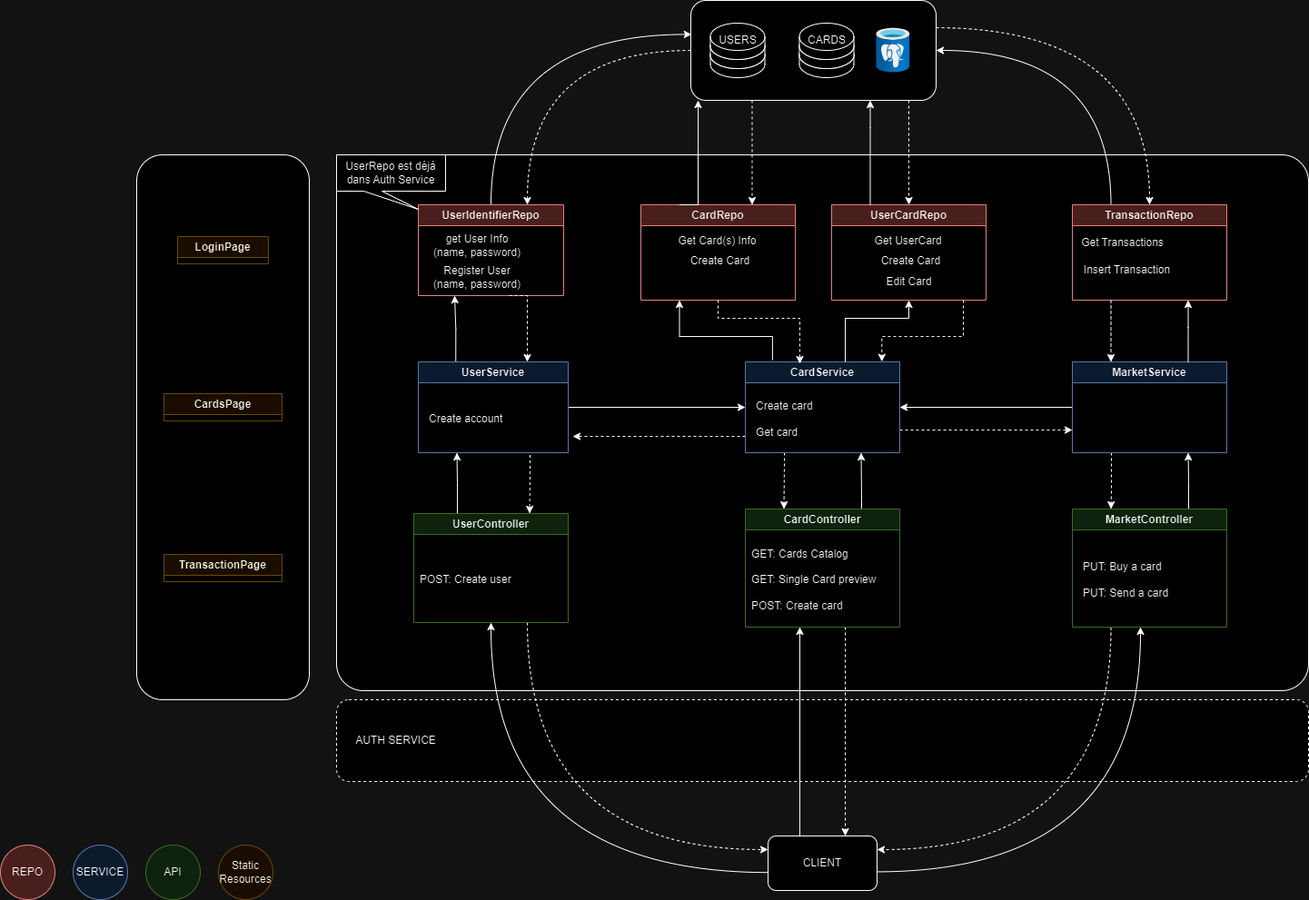
Earlier version of the draw.io export docs/img/Atelier2-Merge.drawio.png (cpe-lyon/J3L-card-market). Source tidied: cells renumbered, new cells last; positions are measured from the earlier drawing's top-left corner, leaving out a move shared by most shapes.
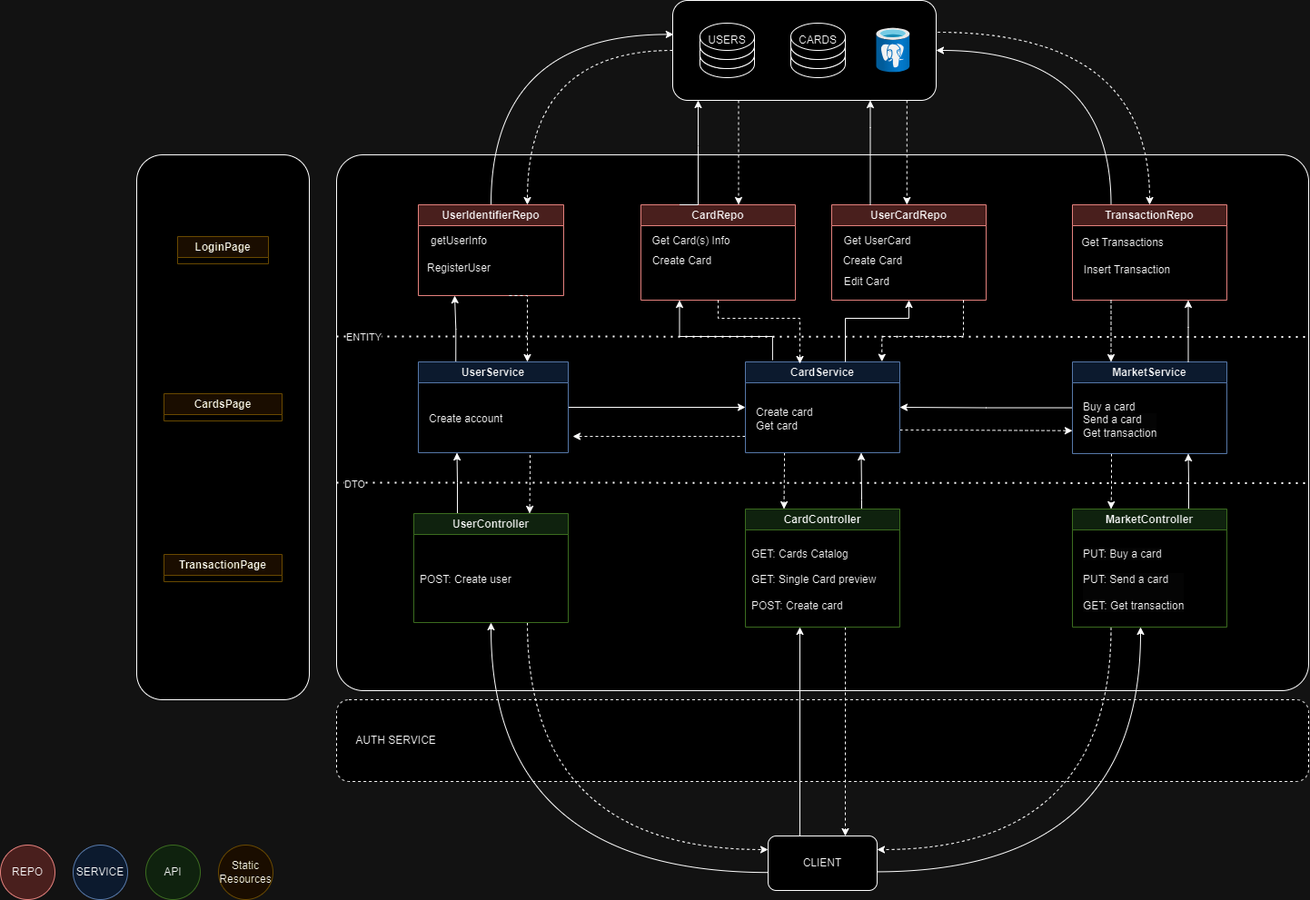
After the commit.

What changed in the source:
```diff
@@ -15,7 +15,7 @@
       <mxGeometry relative="1" as="geometry" />
     </mxCell>
     <mxCell id="6" value="&lt;div&gt;&lt;br&gt;&lt;/div&gt;" style="rounded=1;whiteSpace=wrap;html=1;" parent="1" vertex="1">
-      <mxGeometry x="760" width="270" height="110" as="geometry" />
+      <mxGeometry x="740" width="290" height="110" as="geometry" />
     </mxCell>
     <mxCell id="7" style="edgeStyle=orthogonalEdgeStyle;rounded=0;jettySize=auto;html=1;entryX=0.003;entryY=0.34;entryDx=0;entryDy=0;curved=1;entryPerimeter=0;" parent="1" edge="1" source="8" target="6">
       <mxGeometry relative="1" as="geometry">
@@ -27,14 +27,14 @@
     <mxCell id="8" value="UserIdentifier&lt;span style=&quot;background-color: initial;&quot;&gt;Repo&lt;/span&gt;" style="swimlane;whiteSpace=wrap;html=1;fillColor=#f8cecc;strokeColor=#b85450;" parent="1" vertex="1">
       <mxGeometry x="460" y="225" width="160" height="100" as="geometry" />
     </mxCell>
-    <mxCell id="9" value="get User Info&lt;br&gt;(name, password)" style="text;html=1;align=center;verticalAlign=middle;whiteSpace=wrap;rounded=0;" parent="8" vertex="1">
-      <mxGeometry y="30" width="130" height="30" as="geometry" />
+    <mxCell id="9" value="getUserInfo" style="text;html=1;align=center;verticalAlign=middle;whiteSpace=wrap;rounded=0;" parent="8" vertex="1">
+      <mxGeometry y="25" width="90" height="30" as="geometry" />
     </mxCell>
-    <mxCell id="10" value="Register User&lt;br&gt;(name, password)" style="text;html=1;align=center;verticalAlign=middle;whiteSpace=wrap;rounded=0;" parent="8" vertex="1">
-      <mxGeometry y="65" width="130" height="30" as="geometry" />
+    <mxCell id="10" value="RegisterUser" style="text;html=1;align=center;verticalAlign=middle;whiteSpace=wrap;rounded=0;" parent="8" vertex="1">
+      <mxGeometry y="55" width="90" height="30" as="geometry" />
     </mxCell>
     <mxCell id="11" style="group;" parent="1" vertex="1">
-      <mxGeometry x="781.5" y="25" width="60" height="60" as="geometry" />
+      <mxGeometry x="770" y="25" width="60" height="60" as="geometry" />
     </mxCell>
     <mxCell id="12" style="shape=cylinder3;whiteSpace=wrap;html=1;boundedLbl=1;backgroundOutline=1;size=15;" parent="11" vertex="1">
       <mxGeometry y="20" width="60" height="40" as="geometry" />
@@ -49,7 +49,7 @@
       <mxGeometry x="180" y="433" width="130" height="30" as="geometry" />
     </mxCell>
     <mxCell id="16" style="group;" parent="1" vertex="1">
-      <mxGeometry x="879.5" y="25" width="60" height="60" as="geometry" />
+      <mxGeometry x="870" y="25" width="60" height="60" as="geometry" />
     </mxCell>
     <mxCell id="17" style="shape=cylinder3;whiteSpace=wrap;html=1;boundedLbl=1;backgroundOutline=1;size=15;" parent="16" vertex="1">
       <mxGeometry y="20" width="60" height="40" as="geometry" />
@@ -120,10 +120,10 @@
       <mxGeometry x="915" y="225" width="170" height="105" as="geometry" />
     </mxCell>
     <mxCell id="34" value="Get UserCard" style="text;html=1;align=center;verticalAlign=middle;strokeColor=none;fillColor=none;" parent="33" vertex="1">
-      <mxGeometry x="34" y="25" width="100" height="30" as="geometry" />
+      <mxGeometry y="25" width="100" height="30" as="geometry" />
     </mxCell>
     <mxCell id="35" value="Create Card" style="text;html=1;align=center;verticalAlign=middle;strokeColor=none;fillColor=none;" parent="33" vertex="1">
-      <mxGeometry x="42" y="47" width="90" height="30" as="geometry" />
+      <mxGeometry y="47" width="90" height="30" as="geometry" />
     </mxCell>
     <mxCell id="36" style="edgeStyle=orthogonalEdgeStyle;rounded=0;jettySize=auto;html=1;entryX=0.25;entryY=0;entryDx=0;entryDy=0;dashed=1;" parent="1" edge="1" source="39" target="58">
       <mxGeometry relative="1" as="geometry">
@@ -152,7 +152,7 @@
     <mxCell id="39" value="CardService" style="swimlane;whiteSpace=wrap;html=1;fillColor=#dae8fc;strokeColor=#6c8ebf;" parent="1" vertex="1">
       <mxGeometry x="820" y="398" width="170" height="100" as="geometry" />
     </mxCell>
-    <mxCell id="40" value="Create card&lt;div&gt;&lt;br&gt;&lt;div&gt;Get card&lt;/div&gt;&lt;/div&gt;" style="text;html=1;align=left;verticalAlign=middle;whiteSpace=wrap;rounded=0;" parent="39" vertex="1">
+    <mxCell id="40" value="Create card&lt;div&gt;&lt;div&gt;Get card&lt;/div&gt;&lt;/div&gt;" style="text;html=1;align=left;verticalAlign=middle;whiteSpace=wrap;rounded=0;" parent="39" vertex="1">
       <mxGeometry x="10" y="26" width="135" height="74" as="geometry" />
     </mxCell>
     <mxCell id="41" value="TransactionPage" style="swimlane;whiteSpace=wrap;html=1;fillColor=#fff2cc;strokeColor=#d6b656;" parent="1" vertex="1">
@@ -193,8 +193,11 @@
       <mxGeometry relative="1" as="geometry" />
     </mxCell>
     <mxCell id="50" value="MarketService" style="swimlane;whiteSpace=wrap;html=1;fillColor=#dae8fc;strokeColor=#6c8ebf;startSize=23;" parent="1" vertex="1">
-      <mxGeometry x="1180" y="398" width="170" height="100" as="geometry" />
+      <mxGeometry x="1180" y="398" width="170" height="101" as="geometry" />
     </mxCell>
+    <mxCell id="80" value="&lt;span style=&quot;color: rgb(0, 0, 0); font-family: Helvetica; font-size: 12px; font-style: normal; font-variant-ligatures: normal; font-variant-caps: normal; font-weight: 400; letter-spacing: normal; orphans: 2; text-align: left; text-indent: 0px; text-transform: none; widows: 2; word-spacing: 0px; -webkit-text-stroke-width: 0px; white-space: normal; background-color: rgb(251, 251, 251); text-decoration-thickness: initial; text-decoration-style: initial; text-decoration-color: initial; display: inline !important; float: none;&quot;&gt;Buy a card&lt;/span&gt;&lt;div&gt;&lt;div style=&quot;forced-color-adjust: none; color: rgb(0, 0, 0); font-family: Helvetica; font-size: 12px; font-style: normal; font-variant-ligatures: normal; font-variant-caps: normal; font-weight: 400; letter-spacing: normal; orphans: 2; text-align: left; text-indent: 0px; text-transform: none; widows: 2; word-spacing: 0px; -webkit-text-stroke-width: 0px; white-space: normal; background-color: rgb(251, 251, 251); text-decoration-thickness: initial; text-decoration-style: initial; text-decoration-color: initial;&quot;&gt;Send a card&lt;/div&gt;&lt;/div&gt;&lt;div style=&quot;forced-color-adjust: none; color: rgb(0, 0, 0); font-family: Helvetica; font-size: 12px; font-style: normal; font-variant-ligatures: normal; font-variant-caps: normal; font-weight: 400; letter-spacing: normal; orphans: 2; text-align: left; text-indent: 0px; text-transform: none; widows: 2; word-spacing: 0px; -webkit-text-stroke-width: 0px; white-space: normal; background-color: rgb(251, 251, 251); text-decoration-thickness: initial; text-decoration-style: initial; text-decoration-color: initial;&quot;&gt;Get transaction&lt;/div&gt;" style="text;whiteSpace=wrap;html=1;verticalAlign=middle;" parent="50" vertex="1">
+      <mxGeometry x="10" y="26" width="130" height="75" as="geometry" />
+    </mxCell>
     <mxCell id="51" style="edgeStyle=orthogonalEdgeStyle;rounded=0;jettySize=auto;html=1;entryX=0.75;entryY=1;entryDx=0;entryDy=0;" parent="1" edge="1" source="53" target="50">
       <mxGeometry relative="1" as="geometry">
         <Array as="points">
@@ -209,7 +212,7 @@
     <mxCell id="53" value="MarketController" style="swimlane;whiteSpace=wrap;html=1;fillColor=#d5e8d4;strokeColor=#82b366;" parent="1" vertex="1">
       <mxGeometry x="1180" y="560" width="170" height="130" as="geometry" />
     </mxCell>
-    <mxCell id="54" value="&lt;span style=&quot;color: rgb(0, 0, 0); font-family: Helvetica; font-size: 12px; font-style: normal; font-variant-ligatures: normal; font-variant-caps: normal; font-weight: 400; letter-spacing: normal; orphans: 2; text-align: left; text-indent: 0px; text-transform: none; widows: 2; word-spacing: 0px; -webkit-text-stroke-width: 0px; white-space: normal; background-color: rgb(251, 251, 251); text-decoration-thickness: initial; text-decoration-style: initial; text-decoration-color: initial; display: inline !important; float: none;&quot;&gt;PUT: Buy a card&lt;/span&gt;&lt;div&gt;&lt;br&gt;&lt;div style=&quot;forced-color-adjust: none; color: rgb(0, 0, 0); font-family: Helvetica; font-size: 12px; font-style: normal; font-variant-ligatures: normal; font-variant-caps: normal; font-weight: 400; letter-spacing: normal; orphans: 2; text-align: left; text-indent: 0px; text-transform: none; widows: 2; word-spacing: 0px; -webkit-text-stroke-width: 0px; white-space: normal; background-color: rgb(251, 251, 251); text-decoration-thickness: initial; text-decoration-style: initial; text-decoration-color: initial;&quot;&gt;PUT: Send a card&lt;/div&gt;&lt;/div&gt;" style="text;whiteSpace=wrap;html=1;verticalAlign=middle;" parent="53" vertex="1">
+    <mxCell id="54" value="&lt;span style=&quot;color: rgb(0, 0, 0); font-family: Helvetica; font-size: 12px; font-style: normal; font-variant-ligatures: normal; font-variant-caps: normal; font-weight: 400; letter-spacing: normal; orphans: 2; text-align: left; text-indent: 0px; text-transform: none; widows: 2; word-spacing: 0px; -webkit-text-stroke-width: 0px; white-space: normal; background-color: rgb(251, 251, 251); text-decoration-thickness: initial; text-decoration-style: initial; text-decoration-color: initial; display: inline !important; float: none;&quot;&gt;PUT: Buy a card&lt;/span&gt;&lt;div&gt;&lt;br&gt;&lt;div style=&quot;forced-color-adjust: none; color: rgb(0, 0, 0); font-family: Helvetica; font-size: 12px; font-style: normal; font-variant-ligatures: normal; font-variant-caps: normal; font-weight: 400; letter-spacing: normal; orphans: 2; text-align: left; text-indent: 0px; text-transform: none; widows: 2; word-spacing: 0px; -webkit-text-stroke-width: 0px; white-space: normal; background-color: rgb(251, 251, 251); text-decoration-thickness: initial; text-decoration-style: initial; text-decoration-color: initial;&quot;&gt;PUT: Send a card&lt;/div&gt;&lt;/div&gt;&lt;div style=&quot;forced-color-adjust: none; color: rgb(0, 0, 0); font-family: Helvetica; font-size: 12px; font-style: normal; font-variant-ligatures: normal; font-variant-caps: normal; font-weight: 400; letter-spacing: normal; orphans: 2; text-align: left; text-indent: 0px; text-transform: none; widows: 2; word-spacing: 0px; -webkit-text-stroke-width: 0px; white-space: normal; background-color: rgb(251, 251, 251); text-decoration-thickness: initial; text-decoration-style: initial; text-decoration-color: initial;&quot;&gt;&lt;br&gt;&lt;/div&gt;&lt;div style=&quot;forced-color-adjust: none; color: rgb(0, 0, 0); font-family: Helvetica; font-size: 12px; font-style: normal; font-variant-ligatures: normal; font-variant-caps: normal; font-weight: 400; letter-spacing: normal; orphans: 2; text-align: left; text-indent: 0px; text-transform: none; widows: 2; word-spacing: 0px; -webkit-text-stroke-width: 0px; white-space: normal; background-color: rgb(251, 251, 251); text-decoration-thickness: initial; text-decoration-style: initial; text-decoration-color: initial;&quot;&gt;GET: Get transaction&lt;/div&gt;" style="text;whiteSpace=wrap;html=1;verticalAlign=middle;" parent="53" vertex="1">
       <mxGeometry x="10" y="25" width="130" height="105" as="geometry" />
     </mxCell>
     <mxCell id="55" style="edgeStyle=orthogonalEdgeStyle;rounded=0;jettySize=auto;html=1;dashed=1;" parent="1" edge="1" source="58">
@@ -246,10 +249,10 @@
       <mxGeometry x="705" y="225" width="170" height="105" as="geometry" />
     </mxCell>
     <mxCell id="61" value="Get Card(s) Info" style="text;html=1;align=center;verticalAlign=middle;strokeColor=none;fillColor=none;" parent="60" vertex="1">
-      <mxGeometry x="29" y="25" width="110" height="30" as="geometry" />
+      <mxGeometry y="25" width="110" height="30" as="geometry" />
     </mxCell>
     <mxCell id="62" value="Create Card" style="text;html=1;align=center;verticalAlign=middle;strokeColor=none;fillColor=none;" parent="60" vertex="1">
-      <mxGeometry x="42" y="47" width="90" height="30" as="geometry" />
+      <mxGeometry y="47" width="90" height="30" as="geometry" />
     </mxCell>
     <mxCell id="63" style="edgeStyle=orthogonalEdgeStyle;rounded=0;jettySize=auto;html=1;dashed=1;exitX=0.25;exitY=1;exitDx=0;exitDy=0;" parent="1" edge="1" source="6" target="60">
       <mxGeometry relative="1" as="geometry">
@@ -320,11 +323,8 @@
         </Array>
       </mxGeometry>
     </mxCell>
-    <mxCell id="71" value="UserRepo est déjà dans Auth Service" style="shape=callout;whiteSpace=wrap;html=1;perimeter=calloutPerimeter;position2=0.75;size=20;position=0.25;" parent="1" vertex="1">
-      <mxGeometry x="370" y="170" width="120" height="60" as="geometry" />
-    </mxCell>
-    <mxCell id="72" value="Edit Card" style="text;html=1;align=center;verticalAlign=middle;strokeColor=none;fillColor=none;" parent="1" vertex="1">
-      <mxGeometry x="965" y="295" width="70" height="30" as="geometry" />
+    <mxCell id="72" value="&amp;nbsp; Edit Card" style="text;html=1;align=center;verticalAlign=middle;strokeColor=none;fillColor=none;" parent="1" vertex="1">
+      <mxGeometry x="910" y="295" width="80" height="30" as="geometry" />
     </mxCell>
     <mxCell id="73" value="TransactionRepo" style="swimlane;whiteSpace=wrap;html=1;fillColor=#f8cecc;strokeColor=#b85450;" parent="1" vertex="1">
       <mxGeometry x="1180" y="225" width="170" height="105" as="geometry" />
@@ -351,10 +351,8 @@
     <mxCell id="77" value="Insert Transaction" style="text;html=1;align=center;verticalAlign=middle;strokeColor=none;fillColor=none;" parent="1" vertex="1">
       <mxGeometry x="1180" y="282" width="120" height="30" as="geometry" />
     </mxCell>
-    <mxCell id="78" style="edgeStyle=orthogonalEdgeStyle;rounded=0;jettySize=auto;html=1;entryX=0.5;entryY=0;entryDx=0;entryDy=0;curved=1;dashed=1;" parent="1" edge="1" target="73">
-      <mxGeometry relative="1" as="geometry">
-        <mxPoint x="1030" y="30" as="sourcePoint" />
-      </mxGeometry>
+    <mxCell id="78" style="edgeStyle=orthogonalEdgeStyle;rounded=0;jettySize=auto;html=1;entryX=0.5;entryY=0;entryDx=0;entryDy=0;curved=1;dashed=1;exitX=1.005;exitY=0.318;exitDx=0;exitDy=0;exitPerimeter=0;" parent="1" edge="1" source="6" target="73">
+      <mxGeometry relative="1" as="geometry" />
     </mxCell>
     <mxCell id="79" style="edgeStyle=orthogonalEdgeStyle;rounded=0;jettySize=auto;html=1;entryX=1;entryY=0.5;entryDx=0;entryDy=0;curved=1;exitX=0.25;exitY=0;exitDx=0;exitDy=0;" parent="1" edge="1" source="73" target="6">
       <mxGeometry relative="1" as="geometry">
@@ -363,5 +361,27 @@
         </Array>
       </mxGeometry>
     </mxCell>
+    <mxCell id="81" style="endArrow=none;dashed=1;html=1;dashPattern=1 3;strokeWidth=2;rounded=0;exitX=0;exitY=0.627;exitDx=0;exitDy=0;exitPerimeter=0;entryX=0.999;entryY=0.628;entryDx=0;entryDy=0;entryPerimeter=0;" parent="1" edge="1">
+      <mxGeometry relative="1" as="geometry">
+        <mxPoint x="370" y="530.9" as="sourcePoint" />
+        <mxPoint x="1438.9" y="531.5" as="targetPoint" />
+      </mxGeometry>
+    </mxCell>
+    <mxCell id="82" value="DTO" style="edgeLabel;html=1;align=center;verticalAlign=middle;" parent="81" vertex="1">
+      <mxGeometry x="-0.97" y="-2" relative="1" as="geometry">
+        <mxPoint x="5" as="offset" />
+      </mxGeometry>
+    </mxCell>
+    <mxCell id="83" style="endArrow=none;dashed=1;html=1;dashPattern=1 3;strokeWidth=2;rounded=0;exitX=0;exitY=0.627;exitDx=0;exitDy=0;exitPerimeter=0;entryX=0.999;entryY=0.628;entryDx=0;entryDy=0;entryPerimeter=0;" parent="1" edge="1">
+      <mxGeometry relative="1" as="geometry">
+        <mxPoint x="370" y="369.9" as="sourcePoint" />
+        <mxPoint x="1438.9" y="370.5" as="targetPoint" />
+      </mxGeometry>
+    </mxCell>
+    <mxCell id="84" value="ENTITY" style="edgeLabel;html=1;align=center;verticalAlign=middle;" parent="83" vertex="1">
+      <mxGeometry x="-0.98" y="-1" relative="1" as="geometry">
+        <mxPoint x="18" as="offset" />
+      </mxGeometry>
+    </mxCell>
   </root>
 </mxGraphModel>
```
